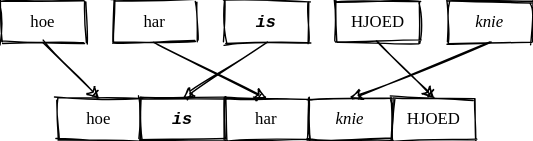
Above: docs/cogload/cogload-frisian.svg in gvwilson/btt (draw.io), before the change. Source tidied: cells renumbered, new cells last; positions are measured from the earlier drawing's top-left corner, leaving out a move shared by most shapes. Source of this version:
```xml
<mxGraphModel background="#ffffff">
  <root>
    <mxCell id="0" />
    <mxCell id="1" parent="0" />
    <mxCell id="2" value="hoe" style="rounded=0;whiteSpace=wrap;html=1;sketch=1;fillColor=none;fontFamily=Comic Sans MS;" parent="1" vertex="1">
      <mxGeometry width="60" height="30" as="geometry" />
    </mxCell>
    <mxCell id="3" value="&lt;font face=&quot;Verdana&quot;&gt;har&lt;/font&gt;" style="rounded=0;whiteSpace=wrap;html=1;sketch=1;fillColor=none;fontFamily=Comic Sans MS;" parent="1" vertex="1">
      <mxGeometry x="80" width="60" height="30" as="geometry" />
    </mxCell>
    <mxCell id="4" value="&lt;font face=&quot;Courier New&quot;&gt;&lt;b&gt;&lt;i&gt;is&lt;/i&gt;&lt;/b&gt;&lt;/font&gt;" style="rounded=0;whiteSpace=wrap;html=1;sketch=1;fillColor=none;fontFamily=Comic Sans MS;" parent="1" vertex="1">
      <mxGeometry x="160" width="60" height="30" as="geometry" />
    </mxCell>
    <mxCell id="5" value="&lt;font face=&quot;Verdana&quot;&gt;HJOED&lt;/font&gt;" style="rounded=0;whiteSpace=wrap;html=1;sketch=1;fillColor=none;fontFamily=Comic Sans MS;" parent="1" vertex="1">
      <mxGeometry x="240" width="60" height="30" as="geometry" />
    </mxCell>
    <mxCell id="6" value="&lt;font face=&quot;Garamond&quot;&gt;&lt;i&gt;knie&lt;/i&gt;&lt;/font&gt;" style="rounded=0;whiteSpace=wrap;html=1;sketch=1;fillColor=none;fontFamily=Comic Sans MS;" parent="1" vertex="1">
      <mxGeometry x="320" width="60" height="30" as="geometry" />
    </mxCell>
    <mxCell id="7" value="hoe" style="rounded=0;whiteSpace=wrap;html=1;sketch=1;fillColor=none;fontFamily=Comic Sans MS;" parent="1" vertex="1">
      <mxGeometry x="40" y="70" width="60" height="30" as="geometry" />
    </mxCell>
    <mxCell id="8" value="&lt;font face=&quot;Verdana&quot;&gt;har&lt;/font&gt;" style="rounded=0;whiteSpace=wrap;html=1;sketch=1;fillColor=none;fontFamily=Comic Sans MS;" parent="1" vertex="1">
      <mxGeometry x="160" y="70" width="60" height="30" as="geometry" />
    </mxCell>
    <mxCell id="9" value="&lt;font face=&quot;Courier New&quot;&gt;&lt;b&gt;&lt;i&gt;is&lt;/i&gt;&lt;/b&gt;&lt;/font&gt;" style="rounded=0;whiteSpace=wrap;html=1;sketch=1;fillColor=none;fontFamily=Comic Sans MS;" parent="1" vertex="1">
      <mxGeometry x="100" y="70" width="60" height="30" as="geometry" />
    </mxCell>
    <mxCell id="10" value="&lt;font face=&quot;Verdana&quot;&gt;HJOED&lt;/font&gt;" style="rounded=0;whiteSpace=wrap;html=1;sketch=1;fillColor=none;fontFamily=Comic Sans MS;" parent="1" vertex="1">
      <mxGeometry x="280" y="70" width="60" height="30" as="geometry" />
    </mxCell>
    <mxCell id="11" value="&lt;font face=&quot;Garamond&quot;&gt;&lt;i&gt;knie&lt;/i&gt;&lt;/font&gt;" style="rounded=0;whiteSpace=wrap;html=1;sketch=1;fillColor=none;fontFamily=Comic Sans MS;" parent="1" vertex="1">
      <mxGeometry x="220" y="70" width="60" height="30" as="geometry" />
    </mxCell>
    <mxCell id="12" style="endArrow=classic;html=1;fontFamily=Comic Sans MS;sketch=1;exitX=0.5;exitY=1;exitDx=0;exitDy=0;entryX=0.5;entryY=0;entryDx=0;entryDy=0;" parent="1" edge="1" source="2" target="7">
      <mxGeometry relative="1" as="geometry" />
    </mxCell>
    <mxCell id="13" style="endArrow=classic;html=1;fontFamily=Comic Sans MS;sketch=1;exitX=0.5;exitY=1;exitDx=0;exitDy=0;entryX=0.5;entryY=0;entryDx=0;entryDy=0;" parent="1" edge="1" source="3" target="8">
      <mxGeometry relative="1" as="geometry" />
    </mxCell>
    <mxCell id="14" style="endArrow=classic;html=1;fontFamily=Comic Sans MS;sketch=1;exitX=0.5;exitY=1;exitDx=0;exitDy=0;entryX=0.5;entryY=0;entryDx=0;entryDy=0;" parent="1" edge="1" source="4" target="9">
      <mxGeometry relative="1" as="geometry" />
    </mxCell>
    <mxCell id="15" style="endArrow=classic;html=1;fontFamily=Comic Sans MS;sketch=1;exitX=0.5;exitY=1;exitDx=0;exitDy=0;entryX=0.5;entryY=0;entryDx=0;entryDy=0;" parent="1" edge="1" source="6" target="11">
      <mxGeometry relative="1" as="geometry" />
    </mxCell>
    <mxCell id="16" style="endArrow=classic;html=1;fontFamily=Comic Sans MS;sketch=1;exitX=0.5;exitY=1;exitDx=0;exitDy=0;entryX=0.5;entryY=0;entryDx=0;entryDy=0;" parent="1" edge="1" source="5" target="10">
      <mxGeometry relative="1" as="geometry" />
    </mxCell>
  </root>
</mxGraphModel>
```
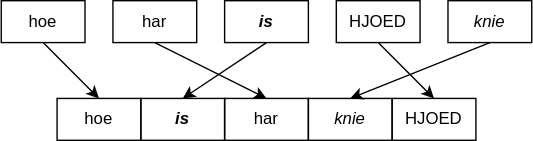
After the commit.

Diff of the diagram source:
```diff
@@ -2,49 +2,49 @@
   <root>
     <mxCell id="0" />
     <mxCell id="1" parent="0" />
-    <mxCell id="2" value="hoe" style="rounded=0;whiteSpace=wrap;html=1;sketch=1;fillColor=none;fontFamily=Comic Sans MS;" parent="1" vertex="1">
+    <mxCell id="2" value="hoe" style="rounded=0;whiteSpace=wrap;html=1;fillColor=none;fontFamily=Helvetica;" parent="1" vertex="1">
       <mxGeometry width="60" height="30" as="geometry" />
     </mxCell>
-    <mxCell id="3" value="&lt;font face=&quot;Verdana&quot;&gt;har&lt;/font&gt;" style="rounded=0;whiteSpace=wrap;html=1;sketch=1;fillColor=none;fontFamily=Comic Sans MS;" parent="1" vertex="1">
+    <mxCell id="3" value="&lt;font&gt;har&lt;/font&gt;" style="rounded=0;whiteSpace=wrap;html=1;fillColor=none;fontFamily=Helvetica;" parent="1" vertex="1">
       <mxGeometry x="80" width="60" height="30" as="geometry" />
     </mxCell>
-    <mxCell id="4" value="&lt;font face=&quot;Courier New&quot;&gt;&lt;b&gt;&lt;i&gt;is&lt;/i&gt;&lt;/b&gt;&lt;/font&gt;" style="rounded=0;whiteSpace=wrap;html=1;sketch=1;fillColor=none;fontFamily=Comic Sans MS;" parent="1" vertex="1">
+    <mxCell id="4" value="&lt;font&gt;&lt;b&gt;&lt;i&gt;is&lt;/i&gt;&lt;/b&gt;&lt;/font&gt;" style="rounded=0;whiteSpace=wrap;html=1;fillColor=none;fontFamily=Helvetica;" parent="1" vertex="1">
       <mxGeometry x="160" width="60" height="30" as="geometry" />
     </mxCell>
-    <mxCell id="5" value="&lt;font face=&quot;Verdana&quot;&gt;HJOED&lt;/font&gt;" style="rounded=0;whiteSpace=wrap;html=1;sketch=1;fillColor=none;fontFamily=Comic Sans MS;" parent="1" vertex="1">
+    <mxCell id="5" value="&lt;font&gt;HJOED&lt;/font&gt;" style="rounded=0;whiteSpace=wrap;html=1;fillColor=none;fontFamily=Helvetica;" parent="1" vertex="1">
       <mxGeometry x="240" width="60" height="30" as="geometry" />
     </mxCell>
-    <mxCell id="6" value="&lt;font face=&quot;Garamond&quot;&gt;&lt;i&gt;knie&lt;/i&gt;&lt;/font&gt;" style="rounded=0;whiteSpace=wrap;html=1;sketch=1;fillColor=none;fontFamily=Comic Sans MS;" parent="1" vertex="1">
+    <mxCell id="6" value="&lt;font&gt;&lt;i&gt;knie&lt;/i&gt;&lt;/font&gt;" style="rounded=0;whiteSpace=wrap;html=1;fillColor=none;fontFamily=Helvetica;" parent="1" vertex="1">
       <mxGeometry x="320" width="60" height="30" as="geometry" />
     </mxCell>
-    <mxCell id="7" value="hoe" style="rounded=0;whiteSpace=wrap;html=1;sketch=1;fillColor=none;fontFamily=Comic Sans MS;" parent="1" vertex="1">
+    <mxCell id="7" value="hoe" style="rounded=0;whiteSpace=wrap;html=1;fillColor=none;fontFamily=Helvetica;" parent="1" vertex="1">
       <mxGeometry x="40" y="70" width="60" height="30" as="geometry" />
     </mxCell>
-    <mxCell id="8" value="&lt;font face=&quot;Verdana&quot;&gt;har&lt;/font&gt;" style="rounded=0;whiteSpace=wrap;html=1;sketch=1;fillColor=none;fontFamily=Comic Sans MS;" parent="1" vertex="1">
+    <mxCell id="8" value="&lt;font&gt;har&lt;/font&gt;" style="rounded=0;whiteSpace=wrap;html=1;fillColor=none;fontFamily=Helvetica;" parent="1" vertex="1">
       <mxGeometry x="160" y="70" width="60" height="30" as="geometry" />
     </mxCell>
-    <mxCell id="9" value="&lt;font face=&quot;Courier New&quot;&gt;&lt;b&gt;&lt;i&gt;is&lt;/i&gt;&lt;/b&gt;&lt;/font&gt;" style="rounded=0;whiteSpace=wrap;html=1;sketch=1;fillColor=none;fontFamily=Comic Sans MS;" parent="1" vertex="1">
+    <mxCell id="9" value="&lt;font&gt;&lt;b&gt;&lt;i&gt;is&lt;/i&gt;&lt;/b&gt;&lt;/font&gt;" style="rounded=0;whiteSpace=wrap;html=1;fillColor=none;fontFamily=Helvetica;" parent="1" vertex="1">
       <mxGeometry x="100" y="70" width="60" height="30" as="geometry" />
     </mxCell>
-    <mxCell id="10" value="&lt;font face=&quot;Verdana&quot;&gt;HJOED&lt;/font&gt;" style="rounded=0;whiteSpace=wrap;html=1;sketch=1;fillColor=none;fontFamily=Comic Sans MS;" parent="1" vertex="1">
+    <mxCell id="10" value="&lt;font&gt;HJOED&lt;/font&gt;" style="rounded=0;whiteSpace=wrap;html=1;fillColor=none;fontFamily=Helvetica;" parent="1" vertex="1">
       <mxGeometry x="280" y="70" width="60" height="30" as="geometry" />
     </mxCell>
-    <mxCell id="11" value="&lt;font face=&quot;Garamond&quot;&gt;&lt;i&gt;knie&lt;/i&gt;&lt;/font&gt;" style="rounded=0;whiteSpace=wrap;html=1;sketch=1;fillColor=none;fontFamily=Comic Sans MS;" parent="1" vertex="1">
+    <mxCell id="11" value="&lt;font&gt;&lt;i&gt;knie&lt;/i&gt;&lt;/font&gt;" style="rounded=0;whiteSpace=wrap;html=1;fillColor=none;fontFamily=Helvetica;" parent="1" vertex="1">
       <mxGeometry x="220" y="70" width="60" height="30" as="geometry" />
     </mxCell>
-    <mxCell id="12" style="endArrow=classic;html=1;fontFamily=Comic Sans MS;sketch=1;exitX=0.5;exitY=1;exitDx=0;exitDy=0;entryX=0.5;entryY=0;entryDx=0;entryDy=0;" parent="1" edge="1" source="2" target="7">
+    <mxCell id="12" style="endArrow=classic;html=1;fontFamily=Helvetica;exitX=0.5;exitY=1;exitDx=0;exitDy=0;entryX=0.5;entryY=0;entryDx=0;entryDy=0;" parent="1" edge="1" source="2" target="7">
       <mxGeometry relative="1" as="geometry" />
     </mxCell>
-    <mxCell id="13" style="endArrow=classic;html=1;fontFamily=Comic Sans MS;sketch=1;exitX=0.5;exitY=1;exitDx=0;exitDy=0;entryX=0.5;entryY=0;entryDx=0;entryDy=0;" parent="1" edge="1" source="3" target="8">
+    <mxCell id="13" style="endArrow=classic;html=1;fontFamily=Helvetica;exitX=0.5;exitY=1;exitDx=0;exitDy=0;entryX=0.5;entryY=0;entryDx=0;entryDy=0;" parent="1" edge="1" source="3" target="8">
       <mxGeometry relative="1" as="geometry" />
     </mxCell>
-    <mxCell id="14" style="endArrow=classic;html=1;fontFamily=Comic Sans MS;sketch=1;exitX=0.5;exitY=1;exitDx=0;exitDy=0;entryX=0.5;entryY=0;entryDx=0;entryDy=0;" parent="1" edge="1" source="4" target="9">
+    <mxCell id="14" style="endArrow=classic;html=1;fontFamily=Helvetica;exitX=0.5;exitY=1;exitDx=0;exitDy=0;entryX=0.5;entryY=0;entryDx=0;entryDy=0;" parent="1" edge="1" source="4" target="9">
       <mxGeometry relative="1" as="geometry" />
     </mxCell>
-    <mxCell id="15" style="endArrow=classic;html=1;fontFamily=Comic Sans MS;sketch=1;exitX=0.5;exitY=1;exitDx=0;exitDy=0;entryX=0.5;entryY=0;entryDx=0;entryDy=0;" parent="1" edge="1" source="6" target="11">
+    <mxCell id="15" style="endArrow=classic;html=1;fontFamily=Helvetica;exitX=0.5;exitY=1;exitDx=0;exitDy=0;entryX=0.5;entryY=0;entryDx=0;entryDy=0;" parent="1" edge="1" source="6" target="11">
       <mxGeometry relative="1" as="geometry" />
     </mxCell>
-    <mxCell id="16" style="endArrow=classic;html=1;fontFamily=Comic Sans MS;sketch=1;exitX=0.5;exitY=1;exitDx=0;exitDy=0;entryX=0.5;entryY=0;entryDx=0;entryDy=0;" parent="1" edge="1" source="5" target="10">
+    <mxCell id="16" style="endArrow=classic;html=1;fontFamily=Helvetica;exitX=0.5;exitY=1;exitDx=0;exitDy=0;entryX=0.5;entryY=0;entryDx=0;entryDy=0;" parent="1" edge="1" source="5" target="10">
       <mxGeometry relative="1" as="geometry" />
     </mxCell>
   </root>
```
